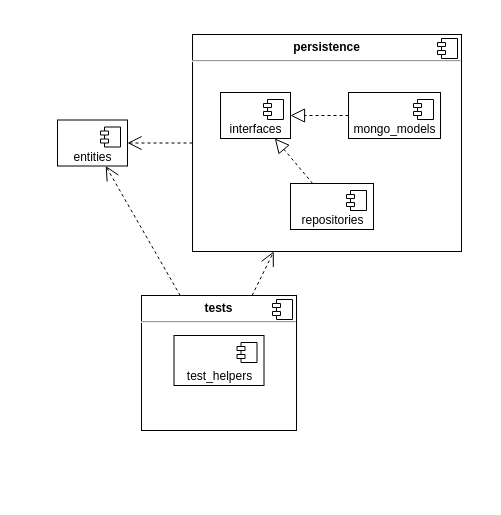
Above: docs/folder structure.drawio in JCaeta/template-node-api-server (draw.io), before the change. Source tidied: cells renumbered, new cells numbered last; positions are measured from the earlier drawing's top-left corner, leaving out a move shared by most shapes. Both pictures are drawn from the tidied source at 100%, with x=0, y=0 at pixel (57, 34).
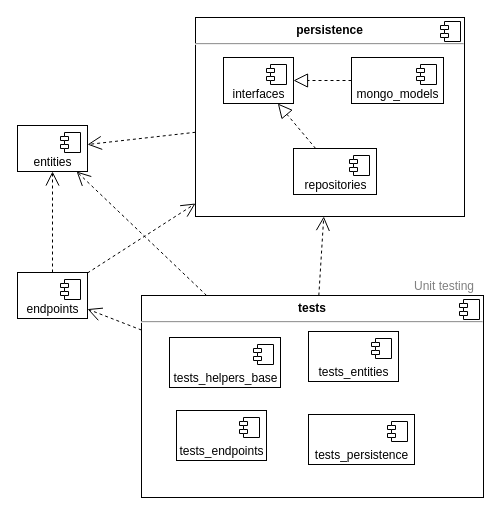
The same page after the edit.

Diff of the diagram source:
```diff
@@
     <mxCell id="3" value="&lt;p style=&quot;margin:0px;margin-top:6px;text-align:center;&quot;&gt;&lt;b&gt;persistence&lt;/b&gt;&lt;/p&gt;&lt;hr&gt;&lt;p style=&quot;margin:0px;margin-left:8px;&quot;&gt;&lt;br&gt;&lt;/p&gt;" style="align=left;overflow=fill;html=1;" parent="1" vertex="1">
-      <mxGeometry x="135" width="269" height="217" as="geometry" />
+      <mxGeometry x="138" y="-17" width="269" height="199" as="geometry" />
     </mxCell>
@@
     <mxCell id="5" value="interfaces" style="html=1;verticalAlign=bottom;" parent="1" vertex="1">
-      <mxGeometry x="163" y="58" width="70" height="46" as="geometry" />
+      <mxGeometry x="166" y="23" width="70" height="46" as="geometry" />
     </mxCell>
@@
     <mxCell id="8" value="mongo_models" style="html=1;verticalAlign=bottom;" parent="1" vertex="1">
-      <mxGeometry x="291" y="58" width="92" height="46" as="geometry" />
+      <mxGeometry x="294" y="23" width="92" height="46" as="geometry" />
     </mxCell>
@@
     <mxCell id="11" value="repositories" style="html=1;verticalAlign=bottom;" parent="1" vertex="1">
-      <mxGeometry x="233" y="149" width="83" height="46" as="geometry" />
+      <mxGeometry x="236" y="114" width="83" height="46" as="geometry" />
     </mxCell>
@@
     <mxCell id="13" value="entities" style="html=1;verticalAlign=bottom;" parent="1" vertex="1">
-      <mxGeometry y="85.5" width="70" height="46" as="geometry" />
+      <mxGeometry x="-40" y="91" width="70" height="46" as="geometry" />
     </mxCell>
@@
+    <mxCell id="21" style="rounded=0;jettySize=auto;html=1;endArrow=open;endFill=0;endSize=12;dashed=1;" parent="1" edge="1" source="17" target="24">
+      <mxGeometry relative="1" as="geometry" />
+    </mxCell>
     <mxCell id="17" value="&lt;p style=&quot;margin:0px;margin-top:6px;text-align:center;&quot;&gt;&lt;b&gt;tests&lt;/b&gt;&lt;/p&gt;&lt;hr&gt;&lt;p style=&quot;margin:0px;margin-left:8px;&quot;&gt;&lt;br&gt;&lt;/p&gt;" style="align=left;overflow=fill;html=1;" parent="1" vertex="1">
-      <mxGeometry x="84" y="261" width="155" height="135" as="geometry" />
+      <mxGeometry x="84" y="261" width="342" height="202" as="geometry" />
     </mxCell>
@@
-    <mxCell id="19" value="test_helpers" style="html=1;verticalAlign=bottom;" parent="1" vertex="1">
-      <mxGeometry x="116.5" y="301" width="90" height="50" as="geometry" />
+    <mxCell id="19" value="tests_helpers_base" style="html=1;verticalAlign=bottom;" parent="1" vertex="1">
+      <mxGeometry x="112" y="303" width="111" height="50" as="geometry" />
     </mxCell>
@@
+    <mxCell id="22" style="edgeStyle=none;rounded=0;jettySize=auto;html=1;dashed=1;endArrow=open;endFill=0;endSize=12;" parent="1" edge="1" source="24" target="13">
+      <mxGeometry relative="1" as="geometry" />
+    </mxCell>
+    <mxCell id="23" style="edgeStyle=none;rounded=0;jettySize=auto;html=1;dashed=1;fontColor=#808080;endArrow=open;endFill=0;endSize=12;" parent="1" edge="1" source="24" target="3">
+      <mxGeometry relative="1" as="geometry" />
+    </mxCell>
+    <mxCell id="24" value="endpoints" style="html=1;verticalAlign=bottom;" parent="1" vertex="1">
+      <mxGeometry x="-40" y="238" width="70" height="46" as="geometry" />
+    </mxCell>
+    <mxCell id="25" style="shape=module;jettyWidth=8;jettyHeight=4;" parent="24" vertex="1">
+      <mxGeometry x="1" width="20" height="20" relative="1" as="geometry">
+        <mxPoint x="-27" y="7" as="offset" />
+      </mxGeometry>
+    </mxCell>
+    <mxCell id="26" value="tests_endpoints" style="html=1;verticalAlign=bottom;" parent="1" vertex="1">
+      <mxGeometry x="119" y="376" width="90" height="50" as="geometry" />
+    </mxCell>
+    <mxCell id="27" style="shape=module;jettyWidth=8;jettyHeight=4;" parent="26" vertex="1">
+      <mxGeometry x="1" width="20" height="20" relative="1" as="geometry">
+        <mxPoint x="-27" y="7" as="offset" />
+      </mxGeometry>
+    </mxCell>
+    <mxCell id="28" value="tests_entities" style="html=1;verticalAlign=bottom;" parent="1" vertex="1">
+      <mxGeometry x="251" y="297" width="90" height="50" as="geometry" />
+    </mxCell>
+    <mxCell id="29" style="shape=module;jettyWidth=8;jettyHeight=4;" parent="28" vertex="1">
+      <mxGeometry x="1" width="20" height="20" relative="1" as="geometry">
+        <mxPoint x="-27" y="7" as="offset" />
+      </mxGeometry>
+    </mxCell>
+    <mxCell id="30" value="tests_persistence" style="html=1;verticalAlign=bottom;" parent="1" vertex="1">
+      <mxGeometry x="251" y="380" width="106" height="50" as="geometry" />
+    </mxCell>
+    <mxCell id="31" style="shape=module;jettyWidth=8;jettyHeight=4;" parent="30" vertex="1">
+      <mxGeometry x="1" width="20" height="20" relative="1" as="geometry">
+        <mxPoint x="-27" y="7" as="offset" />
+      </mxGeometry>
+    </mxCell>
+    <mxCell id="32" value="Unit testing" style="text;html=1;strokeColor=none;fillColor=none;align=center;verticalAlign=middle;whiteSpace=wrap;rounded=0;fontColor=#808080;" parent="1" vertex="1">
+      <mxGeometry x="352" y="243" width="70" height="18" as="geometry" />
+    </mxCell>
```
